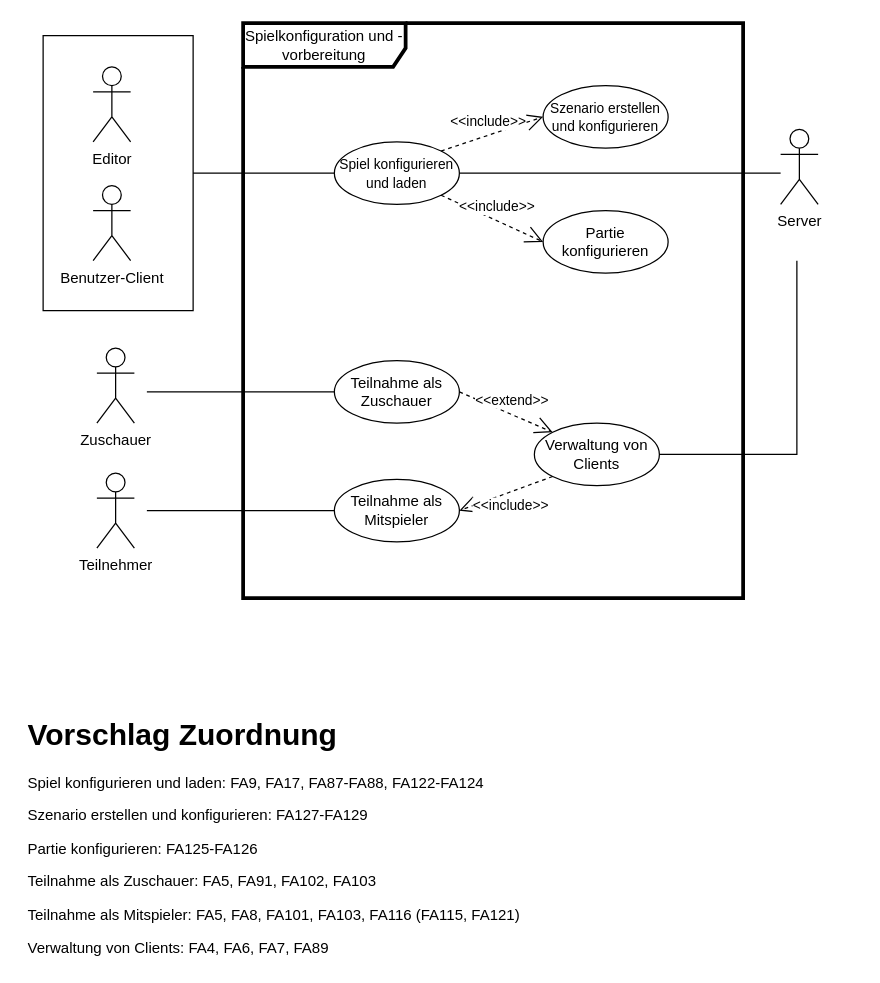
LeverageAlex/DuneRTS keeps this draw.io diagram as Documentation/Models/Anwendungsfalldiagramm Spielkonfiguration.drawio. Above is the earlier version. Source tidied: cells renumbered, new cells numbered last; positions are measured from the earlier drawing's top-left corner, leaving out a move shared by most shapes. Both pictures are drawn from the tidied source at 125%, with x=0, y=0 at pixel (21, 22).
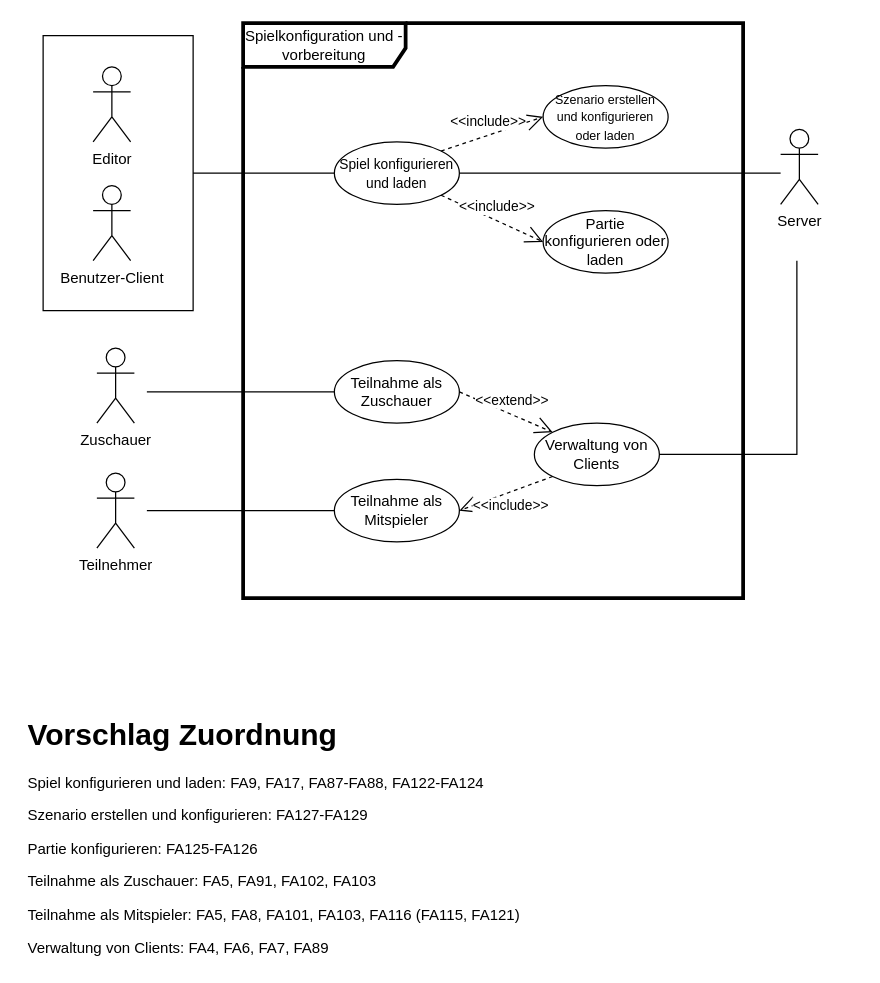
The same page after the edit.

What changed in the source:
```diff
@@
-    <mxCell id="7" value="&lt;font style=&quot;font-size: 11px&quot;&gt;Szenario erstellen und konfigurieren&lt;/font&gt;" style="ellipse;whiteSpace=wrap;html=1;" parent="1" vertex="1">
+    <mxCell id="7" value="&lt;font style=&quot;font-size: 10px&quot;&gt;Szenario erstellen und konfigurieren oder laden&lt;/font&gt;" style="ellipse;whiteSpace=wrap;html=1;" parent="1" vertex="1">
       <mxGeometry x="417" y="50" width="100" height="50" as="geometry" />
     </mxCell>
@@
-    <mxCell id="13" value="Partie konfigurieren" style="ellipse;whiteSpace=wrap;html=1;" parent="1" vertex="1">
+    <mxCell id="13" value="Partie konfigurieren oder laden" style="ellipse;whiteSpace=wrap;html=1;" parent="1" vertex="1">
       <mxGeometry x="417" y="150" width="100" height="50" as="geometry" />
     </mxCell>
```
